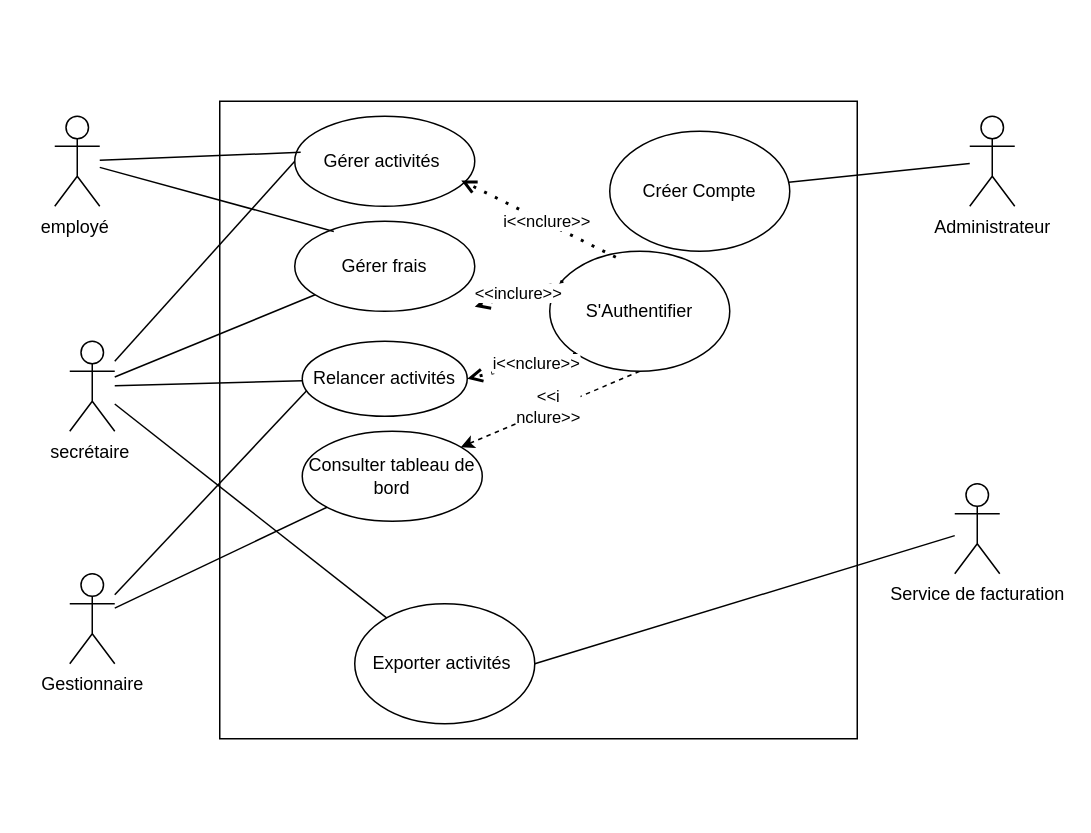
This is Tp1 Analyse et modélisation.drawio from zeuss32/analyse-et-modelisation-lab1, a draw.io file, before an edit. Source tidied: cells renumbered, new cells numbered last; positions are measured from the earlier drawing's top-left corner, leaving out a move shared by most shapes. Both pictures are drawn from the tidied source at 150%, with x=0, y=0 at pixel (54, 100).
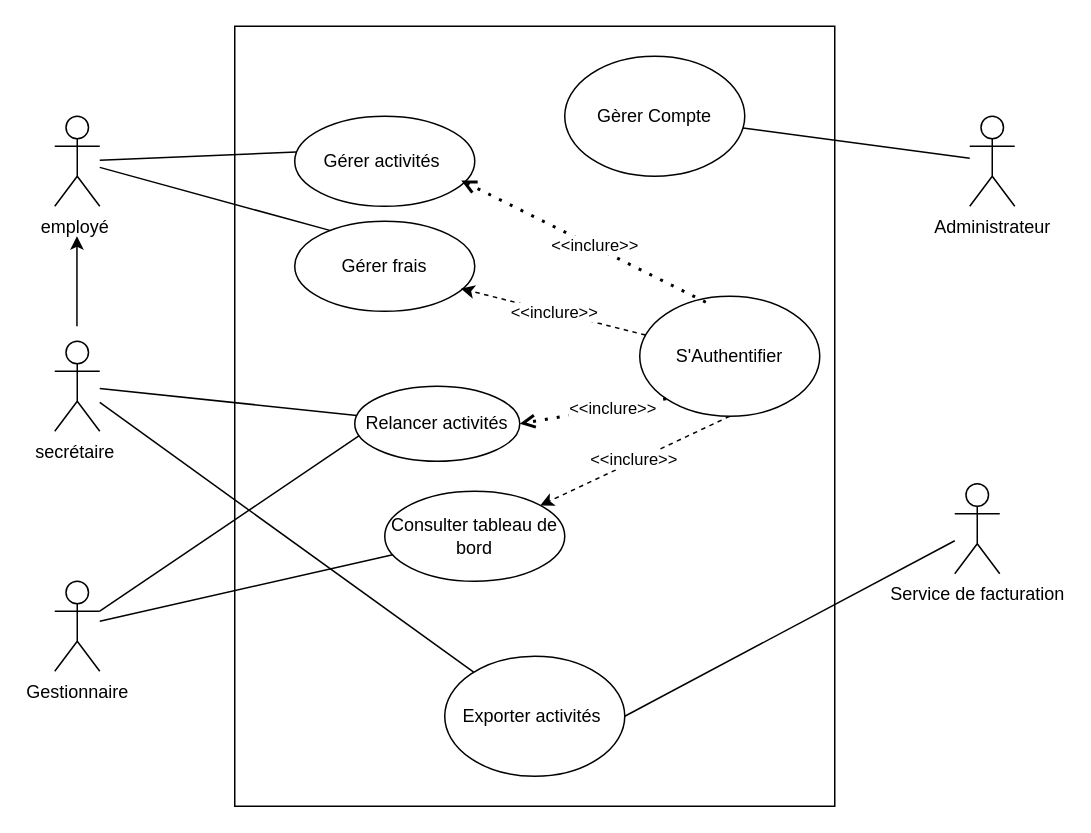
After the change.

Commit message:
Mettre à jour Tp1 Analyse et modélisation.drawio

The change refers to these unchanged cells:
```xml
<mxCell id="2" value="employé&amp;nbsp;" style="shape=umlActor;verticalLabelPosition=bottom;verticalAlign=top;html=1;outlineConnect=0;" parent="1" vertex="1">
  <mxGeometry y="10" width="30" height="60" as="geometry" />
</mxCell>
<mxCell id="8" value="Gérer activités&amp;nbsp;" style="ellipse;whiteSpace=wrap;html=1;" parent="1" vertex="1">
  <mxGeometry x="160" y="10" width="120" height="60" as="geometry" />
</mxCell>
<mxCell id="9" value="Gérer frais" style="ellipse;whiteSpace=wrap;html=1;" parent="1" vertex="1">
  <mxGeometry x="160" y="80" width="120" height="60" as="geometry" />
</mxCell>
<mxCell id="22" style="rounded=0;jettySize=auto;html=1;exitX=0.5;exitY=1;exitDx=0;exitDy=0;dashed=1;" parent="1" edge="1" source="24" target="11">
  <mxGeometry relative="1" as="geometry" />
</mxCell>
<mxCell id="27" style="endArrow=open;dashed=1;html=1;dashPattern=1 3;strokeWidth=2;rounded=0;exitX=0.367;exitY=0.05;exitDx=0;exitDy=0;exitPerimeter=0;endFill=0;entryX=0.925;entryY=0.713;entryDx=0;entryDy=0;entryPerimeter=0;" parent="1" edge="1" source="24" target="8">
  <mxGeometry relative="1" as="geometry" />
</mxCell>
<mxCell id="31" style="endArrow=open;dashed=1;html=1;dashPattern=1 3;strokeWidth=2;rounded=0;exitX=0;exitY=1;exitDx=0;exitDy=0;endFill=0;entryX=1;entryY=0.5;entryDx=0;entryDy=0;" parent="1" edge="1" source="24" target="10">
  <mxGeometry relative="1" as="geometry" />
</mxCell>
```

What changed in the source:
```diff
@@
+    <mxCell id="33" style="rounded=0;whiteSpace=wrap;html=1;" parent="1" vertex="1">
+      <mxGeometry x="120" y="-50" width="400" height="520" as="geometry" />
+    </mxCell>
@@
+    <mxCell id="34" style="edgeStyle=orthogonalEdgeStyle;rounded=0;orthogonalLoop=1;jettySize=auto;html=1;" parent="1" edge="1">
+      <mxGeometry relative="1" as="geometry">
+        <mxPoint x="14.8" y="150" as="sourcePoint" />
+        <mxPoint x="14.8" y="90" as="targetPoint" />
+      </mxGeometry>
+    </mxCell>
     <mxCell id="3" value="secrétaire&amp;nbsp;" style="shape=umlActor;verticalLabelPosition=bottom;verticalAlign=top;html=1;outlineConnect=0;" parent="1" vertex="1">
-      <mxGeometry x="10" y="160" width="30" height="60" as="geometry" />
+      <mxGeometry y="160" width="30" height="60" as="geometry" />
     </mxCell>
     <mxCell id="4" value="Gestionnaire" style="shape=umlActor;verticalLabelPosition=bottom;verticalAlign=top;html=1;outlineConnect=0;" parent="1" vertex="1">
-      <mxGeometry x="10" y="315" width="30" height="60" as="geometry" />
+      <mxGeometry y="320" width="30" height="60" as="geometry" />
     </mxCell>
@@
-    <mxCell id="6" style="whiteSpace=wrap;html=1;" parent="1" vertex="1">
-      <mxGeometry x="110" width="425" height="425" as="geometry" />
-    </mxCell>
@@
     <mxCell id="10" value="Relancer activités" style="ellipse;whiteSpace=wrap;html=1;" parent="1" vertex="1">
-      <mxGeometry x="165" y="160" width="110" height="50" as="geometry" />
+      <mxGeometry x="200" y="190" width="110" height="50" as="geometry" />
     </mxCell>
     <mxCell id="11" value="Consulter tableau de bord" style="ellipse;whiteSpace=wrap;html=1;" parent="1" vertex="1">
-      <mxGeometry x="165" y="220" width="120" height="60" as="geometry" />
+      <mxGeometry x="220" y="260" width="120" height="60" as="geometry" />
     </mxCell>
-    <mxCell id="12" value="Créer Compte" style="ellipse;whiteSpace=wrap;html=1;" parent="1" vertex="1">
-      <mxGeometry x="370" y="20" width="120" height="80" as="geometry" />
+    <mxCell id="12" value="Gèrer Compte" style="ellipse;whiteSpace=wrap;html=1;" parent="1" vertex="1">
+      <mxGeometry x="340" y="-30" width="120" height="80" as="geometry" />
     </mxCell>
@@
     <mxCell id="14" value="Exporter activités&amp;nbsp;" style="ellipse;whiteSpace=wrap;html=1;" parent="1" vertex="1">
-      <mxGeometry x="200" y="335" width="120" height="80" as="geometry" />
+      <mxGeometry x="260" y="370" width="120" height="80" as="geometry" />
     </mxCell>
-    <mxCell id="15" style="rounded=0;jettySize=auto;html=1;entryX=0.033;entryY=0.4;entryDx=0;entryDy=0;entryPerimeter=0;endArrow=none;endFill=0;" parent="1" edge="1" source="2" target="8">
+    <mxCell id="15" style="rounded=0;jettySize=auto;html=1;endArrow=none;endFill=0;entryX=0.009;entryY=0.398;entryDx=0;entryDy=0;entryPerimeter=0;" parent="1" edge="1" source="2" target="8">
       <mxGeometry relative="1" as="geometry" />
     </mxCell>
-    <mxCell id="16" style="rounded=0;jettySize=auto;html=1;entryX=0.217;entryY=0.113;entryDx=0;entryDy=0;entryPerimeter=0;endArrow=none;endFill=0;" parent="1" edge="1" source="2" target="9">
+    <mxCell id="16" style="rounded=0;jettySize=auto;html=1;entryX=0.2;entryY=0.104;entryDx=0;entryDy=0;entryPerimeter=0;endArrow=none;endFill=0;" parent="1" edge="1" source="2" target="9">
       <mxGeometry relative="1" as="geometry" />
     </mxCell>
-    <mxCell id="17" style="rounded=0;jettySize=auto;html=1;entryX=0;entryY=0.5;entryDx=0;entryDy=0;endArrow=none;endFill=0;" parent="1" edge="1" source="3" target="8">
-      <mxGeometry relative="1" as="geometry" />
-    </mxCell>
-    <mxCell id="18" style="rounded=0;jettySize=auto;html=1;endArrow=none;endFill=0;" parent="1" edge="1" source="3" target="9">
-      <mxGeometry relative="1" as="geometry" />
-    </mxCell>
@@
-    <mxCell id="23" value="&amp;lt;&amp;lt;i&lt;div&gt;nclure&amp;gt;&amp;gt;&lt;/div&gt;" style="edgeLabel;html=1;align=center;verticalAlign=middle;" parent="22" vertex="1">
+    <mxCell id="23" value="&amp;lt;&amp;lt;i&lt;span style=&quot;background-color: light-dark(#ffffff, var(--ge-dark-color, #121212)); color: light-dark(rgb(0, 0, 0), rgb(255, 255, 255));&quot;&gt;nclure&amp;gt;&amp;gt;&lt;/span&gt;" style="edgeLabel;html=1;align=center;verticalAlign=middle;" parent="22" vertex="1">
       <mxGeometry x="0.01" y="-3" relative="1" as="geometry">
         <mxPoint y="1" as="offset" />
       </mxGeometry>
     </mxCell>
     <mxCell id="24" value="S'Authentifier" style="ellipse;whiteSpace=wrap;html=1;" parent="1" vertex="1">
-      <mxGeometry x="330" y="100" width="120" height="80" as="geometry" />
+      <mxGeometry x="390" y="130" width="120" height="80" as="geometry" />
     </mxCell>
@@
-    <mxCell id="28" value="i&amp;lt;&amp;lt;nclure&amp;gt;&amp;gt;" style="edgeLabel;html=1;align=center;verticalAlign=middle;" parent="27" vertex="1">
+    <mxCell id="28" value="&amp;lt;&amp;lt;inclure&amp;gt;&amp;gt;" style="edgeLabel;html=1;align=center;verticalAlign=middle;" parent="27" vertex="1">
       <mxGeometry x="-0.08" y="-1" relative="1" as="geometry" />
     </mxCell>
-    <mxCell id="29" style="endArrow=open;dashed=1;html=1;dashPattern=1 3;strokeWidth=2;rounded=0;exitX=0.075;exitY=0.25;exitDx=0;exitDy=0;exitPerimeter=0;entryX=0.075;entryY=0.25;entryDx=0;entryDy=0;entryPerimeter=0;endFill=0;" parent="1" edge="1" source="24">
-      <mxGeometry relative="1" as="geometry">
-        <mxPoint x="280" y="137" as="targetPoint" />
-      </mxGeometry>
-    </mxCell>
-    <mxCell id="30" value="&amp;lt;&amp;lt;inclure&amp;gt;&amp;gt;" style="edgeLabel;html=1;align=center;verticalAlign=middle;" parent="29" vertex="1">
-      <mxGeometry x="0.01" y="-1" relative="1" as="geometry" />
-    </mxCell>
@@
-    <mxCell id="32" value="i&amp;lt;&amp;lt;nclure&amp;gt;&amp;gt;" style="edgeLabel;html=1;align=center;verticalAlign=middle;" parent="31" vertex="1">
+    <mxCell id="32" value="&amp;lt;&amp;lt;inclure&amp;gt;&amp;gt;" style="edgeLabel;html=1;align=center;verticalAlign=middle;" parent="31" vertex="1">
       <mxGeometry x="-0.26" relative="1" as="geometry" />
     </mxCell>
+    <mxCell id="30" value="&amp;lt;&amp;lt;inclure&amp;gt;&amp;gt;" style="rounded=0;jettySize=auto;html=1;entryX=0.924;entryY=0.749;entryDx=0;entryDy=0;entryPerimeter=0;dashed=1;" parent="1" edge="1" source="24" target="9">
+      <mxGeometry relative="1" as="geometry" />
+    </mxCell>
```
